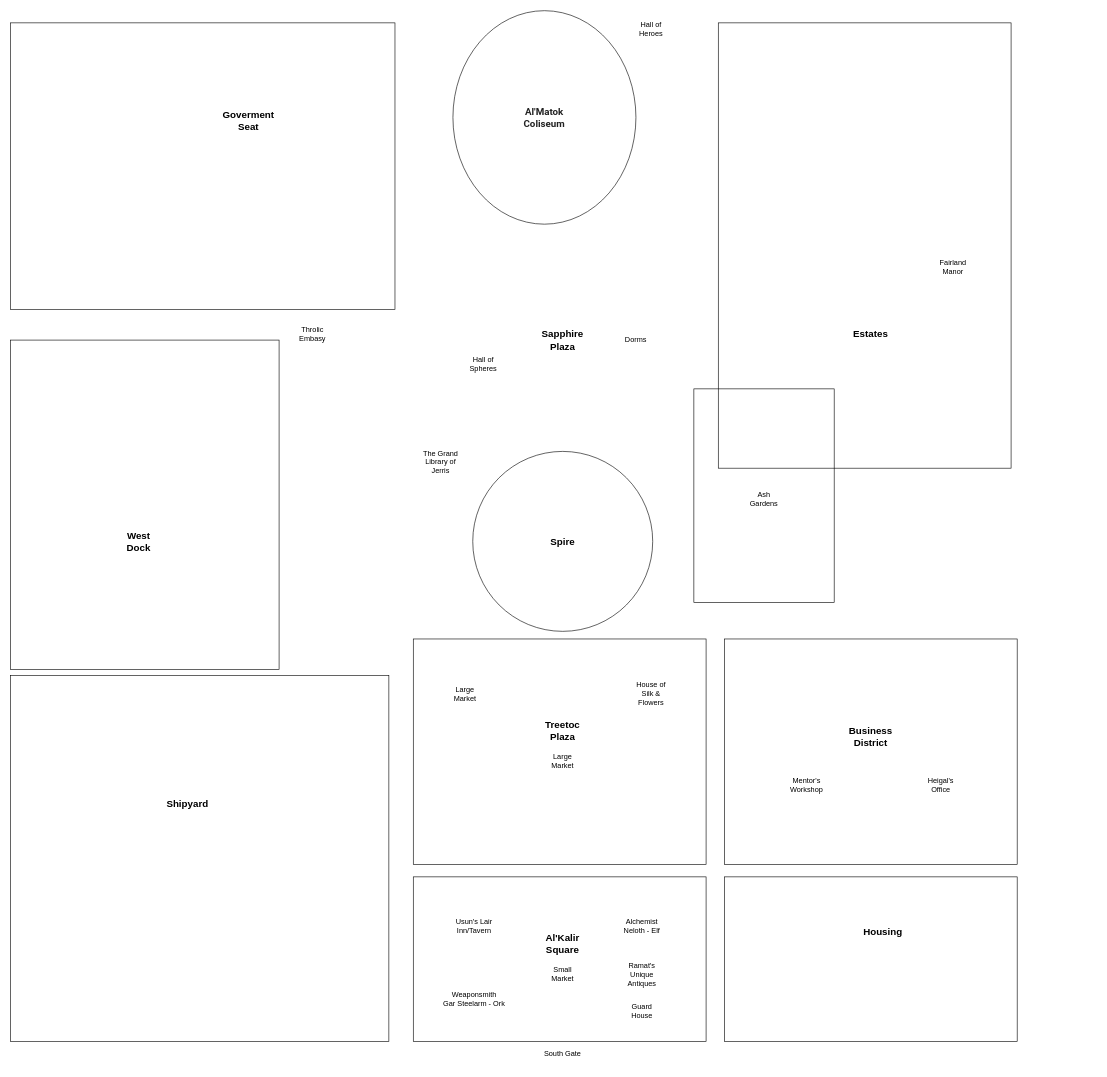
The draw.io diagram Jerris.drawio in marcusspain/drawings, before the edit. Source tidied: cells renumbered, new cells numbered last; positions are measured from the earlier drawing's top-left corner, leaving out a move shared by most shapes. Both pictures are drawn from the tidied source at 61%, with x=0, y=0 at pixel (10, 10).
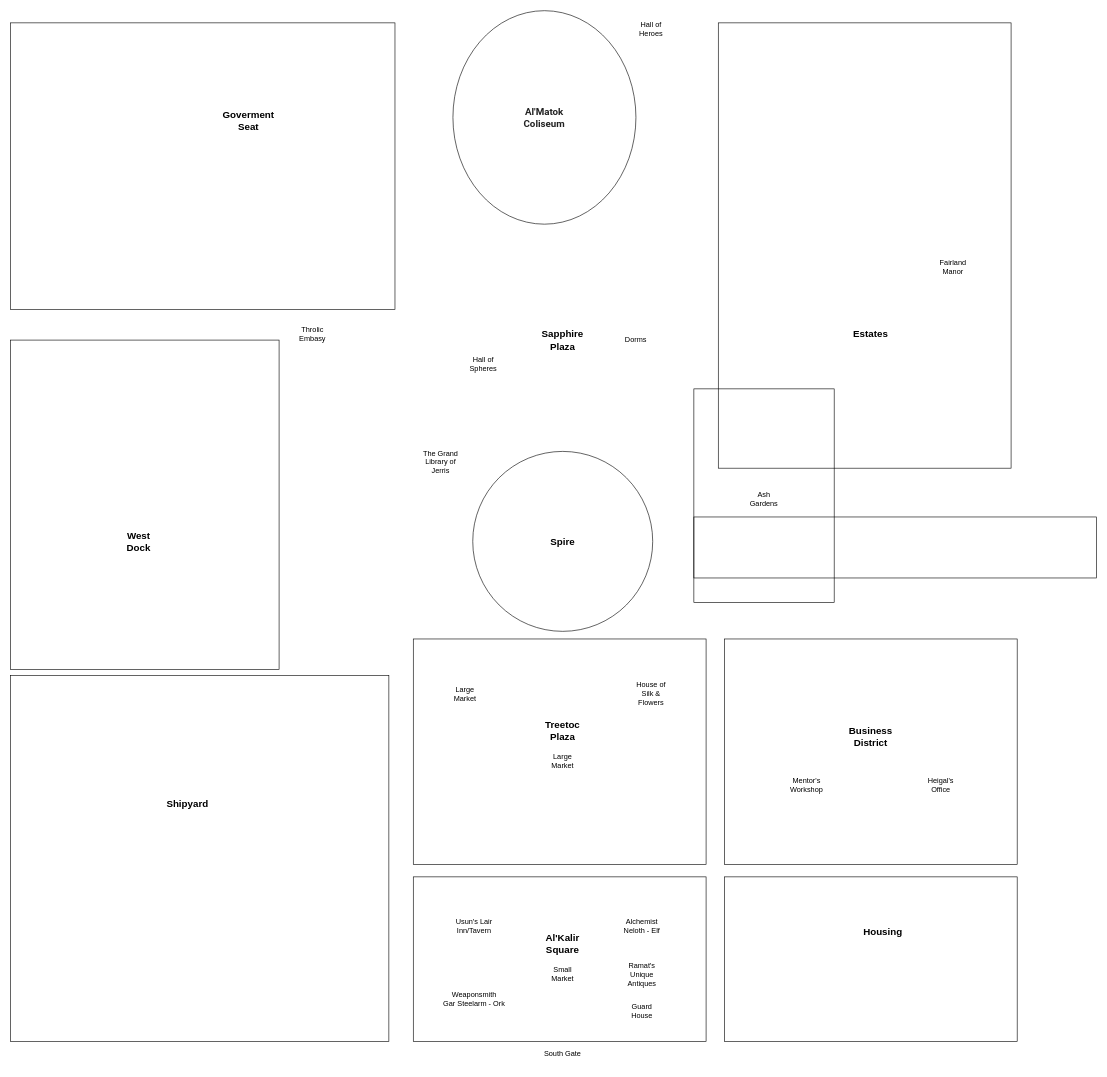
The same diagram, later.

What changed in the source:
```diff
@@
+    <mxCell id="43" style="rounded=0;whiteSpace=wrap;html=1;fillColor=none;fontSize=16;" parent="1" vertex="1">
+      <mxGeometry x="1120" y="830" width="660" height="100" as="geometry" />
+    </mxCell>
```
